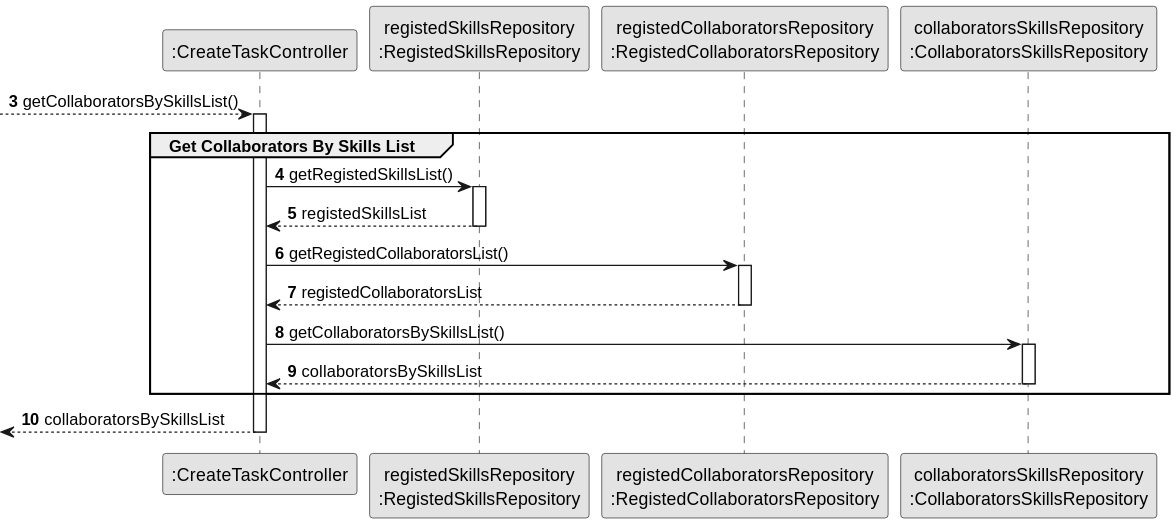
Earlier version of the PlantUML export docs/sprint2/us005/03.design/svg/us005-sequence-diagram-partial-collaboratos-by-skills-list.svg (1231360-ISEP/lei-24-s2-1db-g021).
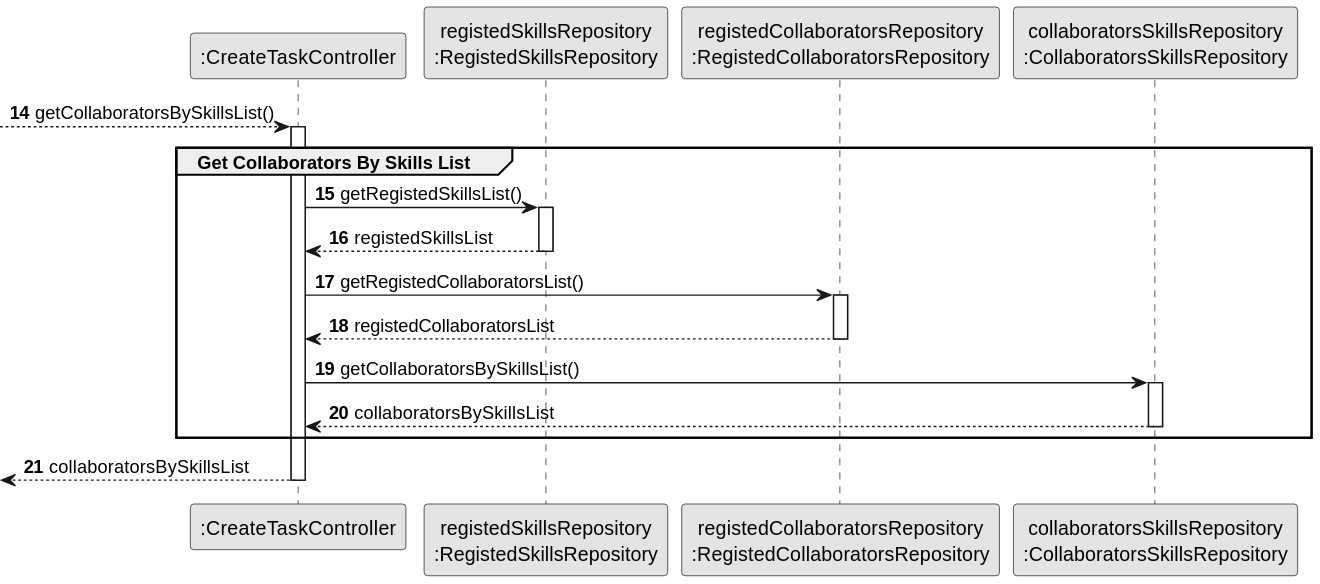
The same file after the commit.

Diff of the diagram source:
```diff
@@ -10,7 +10,7 @@
 participant "registedCollaboratorsRepository\n:RegistedCollaboratorsRepository" as RegistedCollaboratorsRepository
 participant "collaboratorsSkillsRepository\n:CollaboratorsSkillsRepository" as CollaboratorsSkillsRepository
 
-autonumber 3
+autonumber 14
 --> CTRL: getCollaboratorsBySkillsList()
 
 group Get Collaborators By Skills List
```
